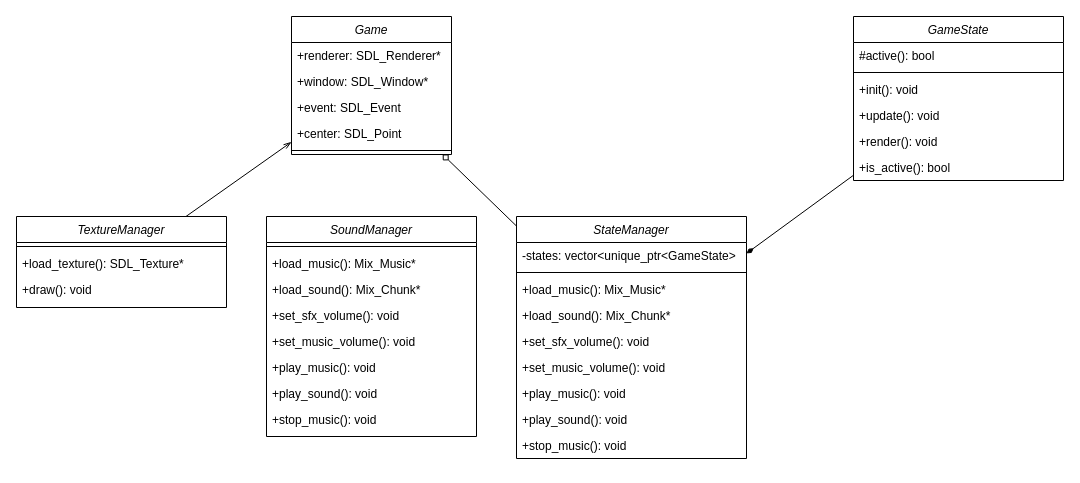
Before: libraries/ClassDiagram.drawio in SangTin/My-Adventure, a draw.io diagram. Source tidied: cells renumbered, new cells numbered last; positions are measured from the earlier drawing's top-left corner, leaving out a move shared by most shapes. Both pictures are drawn from the tidied source at 100%, with x=0, y=0 at pixel (16, 16).
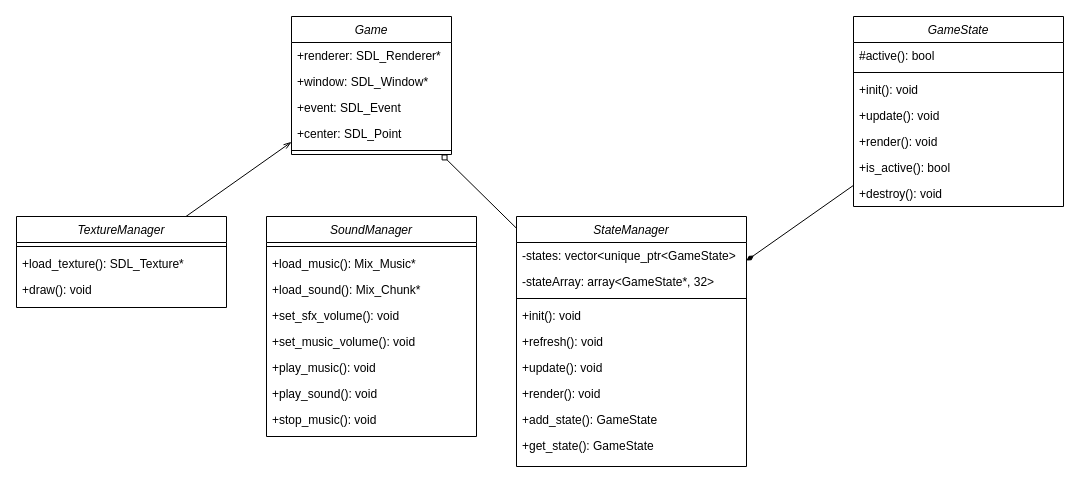
The same diagram, later.

What changed in the source:
```diff
@@
     <mxCell id="23" value="StateManager&#10;" style="swimlane;fontStyle=2;align=center;verticalAlign=top;horizontal=1;startSize=26;rounded=0;shadow=0;strokeWidth=1;" parent="1" vertex="1">
-      <mxGeometry x="500" y="200" width="230" height="242" as="geometry" />
+      <mxGeometry x="500" y="200" width="230" height="250" as="geometry" />
     </mxCell>
@@
+    <mxCell id="41" value="-stateArray: array&lt;GameState*, 32&gt;" style="text;align=left;verticalAlign=top;spacingLeft=4;spacingRight=4;overflow=hidden;rounded=0;shadow=0;html=0;" parent="23" vertex="1">
+      <mxGeometry y="52" width="230" height="26" as="geometry" />
+    </mxCell>
     <mxCell id="25" style="line;html=1;strokeWidth=1;align=left;verticalAlign=middle;spacingTop=-1;spacingLeft=3;spacingRight=3;labelPosition=right;" parent="23" vertex="1">
-      <mxGeometry y="52" width="230" height="8" as="geometry" />
+      <mxGeometry y="78" width="230" height="8" as="geometry" />
     </mxCell>
-    <mxCell id="26" value="+load_music(): Mix_Music*" style="text;align=left;verticalAlign=top;spacingLeft=4;spacingRight=4;overflow=hidden;rounded=0;shadow=0;html=0;" parent="23" vertex="1">
-      <mxGeometry y="60" width="230" height="26" as="geometry" />
-    </mxCell>
-    <mxCell id="27" value="+load_sound(): Mix_Chunk*" style="text;align=left;verticalAlign=top;spacingLeft=4;spacingRight=4;overflow=hidden;rounded=0;shadow=0;html=0;" parent="23" vertex="1">
-      <mxGeometry y="86" width="230" height="26" as="geometry" />
-    </mxCell>
-    <mxCell id="28" value="+set_sfx_volume(): void" style="text;align=left;verticalAlign=top;spacingLeft=4;spacingRight=4;overflow=hidden;rounded=0;shadow=0;html=0;" parent="23" vertex="1">
-      <mxGeometry y="112" width="230" height="26" as="geometry" />
-    </mxCell>
-    <mxCell id="29" value="+set_music_volume(): void" style="text;align=left;verticalAlign=top;spacingLeft=4;spacingRight=4;overflow=hidden;rounded=0;shadow=0;html=0;" parent="23" vertex="1">
-      <mxGeometry y="138" width="230" height="26" as="geometry" />
-    </mxCell>
-    <mxCell id="30" value="+play_music(): void" style="text;align=left;verticalAlign=top;spacingLeft=4;spacingRight=4;overflow=hidden;rounded=0;shadow=0;html=0;" parent="23" vertex="1">
-      <mxGeometry y="164" width="230" height="26" as="geometry" />
-    </mxCell>
-    <mxCell id="31" value="+play_sound(): void" style="text;align=left;verticalAlign=top;spacingLeft=4;spacingRight=4;overflow=hidden;rounded=0;shadow=0;html=0;" parent="23" vertex="1">
-      <mxGeometry y="190" width="230" height="26" as="geometry" />
-    </mxCell>
-    <mxCell id="32" value="+stop_music(): void" style="text;align=left;verticalAlign=top;spacingLeft=4;spacingRight=4;overflow=hidden;rounded=0;shadow=0;html=0;" parent="23" vertex="1">
-      <mxGeometry y="216" width="230" height="26" as="geometry" />
+    <mxCell id="32" value="+init(): void" style="text;align=left;verticalAlign=top;spacingLeft=4;spacingRight=4;overflow=hidden;rounded=0;shadow=0;html=0;" parent="23" vertex="1">
+      <mxGeometry y="86" width="230" height="26" as="geometry" />
     </mxCell>
+    <mxCell id="42" value="+refresh(): void" style="text;align=left;verticalAlign=top;spacingLeft=4;spacingRight=4;overflow=hidden;rounded=0;shadow=0;html=0;" parent="23" vertex="1">
+      <mxGeometry y="112" width="230" height="26" as="geometry" />
+    </mxCell>
+    <mxCell id="43" value="+update(): void" style="text;align=left;verticalAlign=top;spacingLeft=4;spacingRight=4;overflow=hidden;rounded=0;shadow=0;html=0;" parent="23" vertex="1">
+      <mxGeometry y="138" width="230" height="26" as="geometry" />
+    </mxCell>
+    <mxCell id="44" value="+render(): void" style="text;align=left;verticalAlign=top;spacingLeft=4;spacingRight=4;overflow=hidden;rounded=0;shadow=0;html=0;" parent="23" vertex="1">
+      <mxGeometry y="164" width="230" height="26" as="geometry" />
+    </mxCell>
+    <mxCell id="45" value="+add_state(): GameState" style="text;align=left;verticalAlign=top;spacingLeft=4;spacingRight=4;overflow=hidden;rounded=0;shadow=0;html=0;" parent="23" vertex="1">
+      <mxGeometry y="190" width="230" height="26" as="geometry" />
+    </mxCell>
+    <mxCell id="46" value="+get_state(): GameState" style="text;align=left;verticalAlign=top;spacingLeft=4;spacingRight=4;overflow=hidden;rounded=0;shadow=0;html=0;" parent="23" vertex="1">
+      <mxGeometry y="216" width="230" height="26" as="geometry" />
+    </mxCell>
     <mxCell id="33" value="GameState" style="swimlane;fontStyle=2;align=center;verticalAlign=top;horizontal=1;startSize=26;rounded=0;shadow=0;strokeWidth=1;" parent="1" vertex="1">
-      <mxGeometry x="837" width="210" height="164" as="geometry" />
+      <mxGeometry x="837" width="210" height="190" as="geometry" />
     </mxCell>
@@
+    <mxCell id="47" value="+destroy(): void" style="text;align=left;verticalAlign=top;spacingLeft=4;spacingRight=4;overflow=hidden;rounded=0;shadow=0;html=0;" parent="33" vertex="1">
+      <mxGeometry y="164" width="210" height="26" as="geometry" />
+    </mxCell>
```
